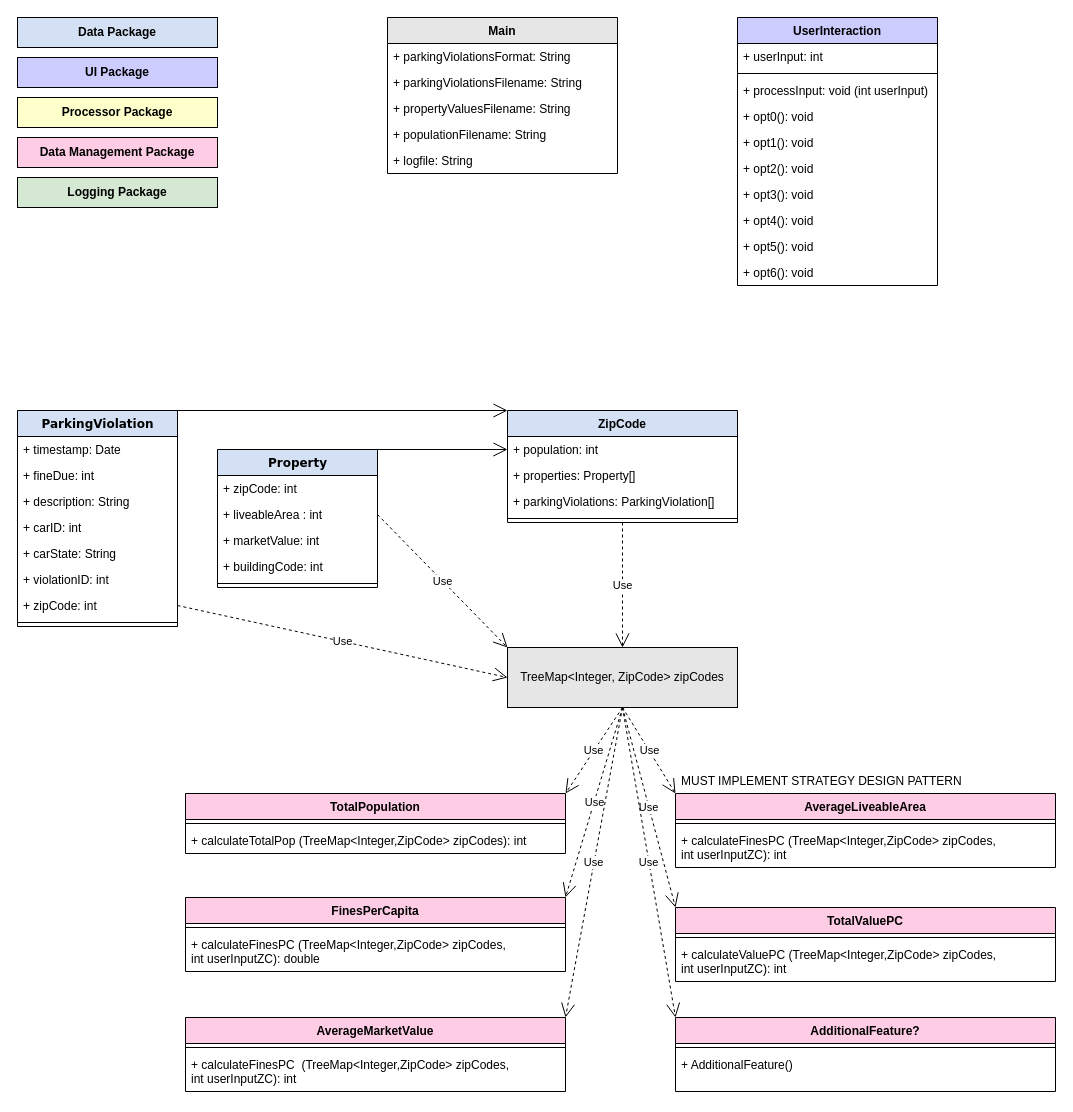
The draw.io diagram Untitled Diagram.drawio in federicca/594_groupproject, before the edit. Source tidied: cells renumbered, new cells numbered last; positions are measured from the earlier drawing's top-left corner, leaving out a move shared by most shapes. Both pictures are drawn from the tidied source at 100%, with x=0, y=0 at pixel (17, 17).
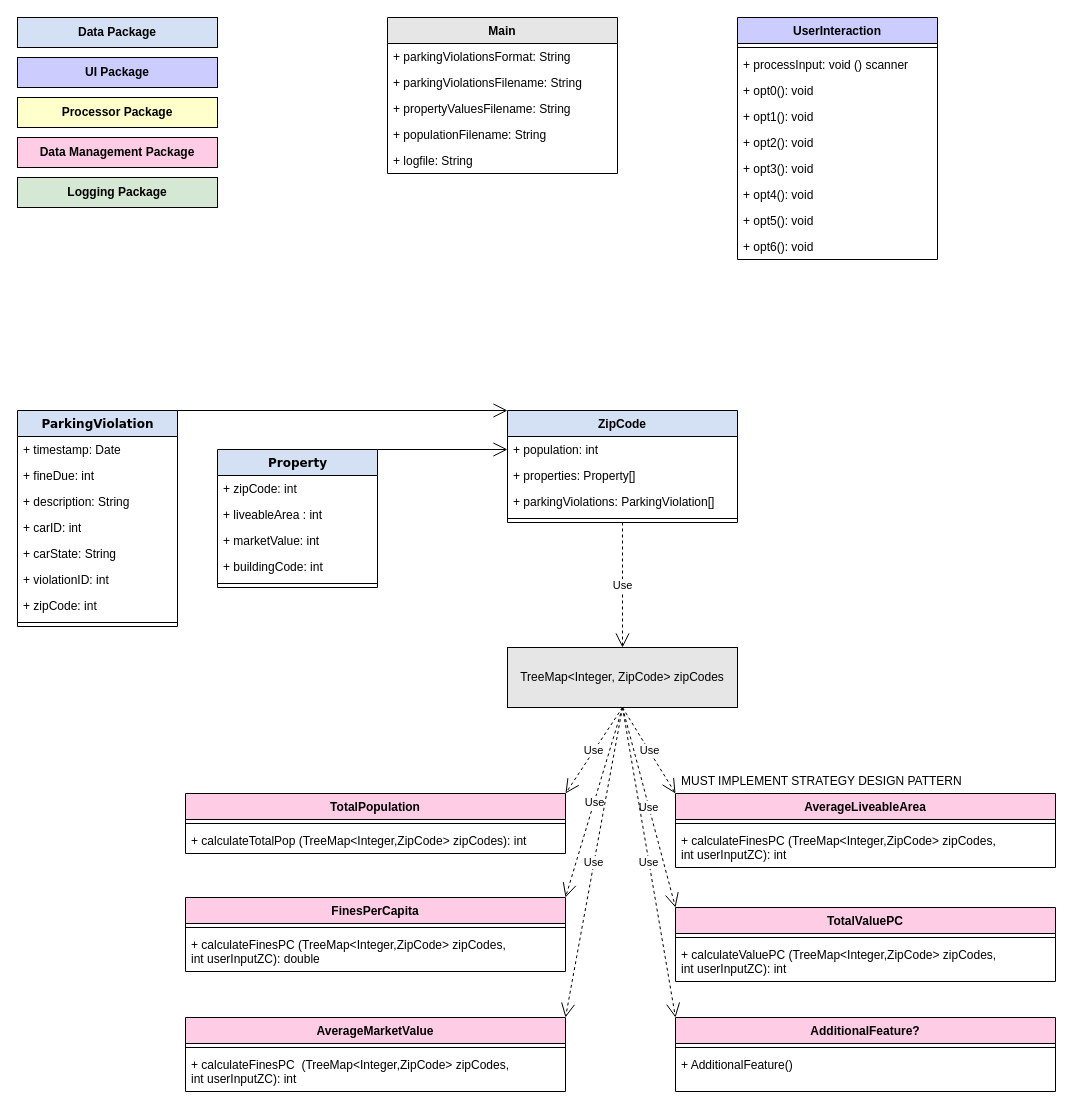
The same page after the edit.

Unchanged cells that the change refers to:
```xml
<mxCell id="2" value="TreeMap&amp;lt;Integer, ZipCode&amp;gt; zipCodes" style="whiteSpace=wrap;html=1;fillColor=#E6E6E6;" parent="1" vertex="1">
  <mxGeometry x="490" y="630" width="230" height="60" as="geometry" />
</mxCell>
<mxCell id="18" value="+ zipCode: int" style="text;html=1;strokeColor=none;fillColor=none;align=left;verticalAlign=top;spacingLeft=4;spacingRight=4;whiteSpace=wrap;overflow=hidden;points=[[0,0.5],[1,0.5]];portConstraint=eastwest;" parent="11" vertex="1">
  <mxGeometry y="182" width="160" height="26" as="geometry" />
</mxCell>
<mxCell id="27" value="+ liveableArea : int" style="text;html=1;strokeColor=none;fillColor=none;align=left;verticalAlign=top;spacingLeft=4;spacingRight=4;whiteSpace=wrap;overflow=hidden;points=[[0,0.5],[1,0.5]];portConstraint=eastwest;" parent="25" vertex="1">
  <mxGeometry y="52" width="160" height="26" as="geometry" />
</mxCell>
```

Change to the diagram source:
```diff
@@
-    <mxCell id="3" value="Use" style="endArrow=open;endSize=12;dashed=1;html=1;exitX=1;exitY=0.5;exitDx=0;exitDy=0;entryX=0;entryY=0;entryDx=0;entryDy=0;" parent="1" edge="1" source="27" target="2">
-      <mxGeometry relative="1" as="geometry" />
-    </mxCell>
-    <mxCell id="4" value="Use" style="endArrow=open;endSize=12;dashed=1;html=1;exitX=1;exitY=0.5;exitDx=0;exitDy=0;entryX=0;entryY=0.5;entryDx=0;entryDy=0;" parent="1" edge="1" source="18" target="2">
-      <mxGeometry relative="1" as="geometry" />
-    </mxCell>
@@
     <mxCell id="64" value="UserInteraction" style="swimlane;fontStyle=1;align=center;verticalAlign=top;horizontal=1;startSize=26;fillColor=#CCCCFF;" parent="1" vertex="1">
-      <mxGeometry x="720" width="200" height="268" as="geometry" />
+      <mxGeometry x="720" width="200" height="242" as="geometry" />
     </mxCell>
-    <mxCell id="65" value="+ userInput: int" style="text;strokeColor=none;fillColor=none;align=left;verticalAlign=top;spacingLeft=4;spacingRight=4;overflow=hidden;" parent="64" vertex="1">
-      <mxGeometry y="26" width="200" height="26" as="geometry" />
-    </mxCell>
     <mxCell id="66" style="line;strokeWidth=1;fillColor=none;align=left;verticalAlign=middle;spacingTop=-1;spacingLeft=3;spacingRight=3;labelPosition=right;" parent="64" vertex="1">
-      <mxGeometry y="52" width="200" height="8" as="geometry" />
+      <mxGeometry y="26" width="200" height="8" as="geometry" />
     </mxCell>
-    <mxCell id="67" value="+ processInput: void (int userInput)" style="text;strokeColor=none;fillColor=none;align=left;verticalAlign=top;spacingLeft=4;spacingRight=4;overflow=hidden;" parent="64" vertex="1">
-      <mxGeometry y="60" width="200" height="26" as="geometry" />
+    <mxCell id="67" value="+ processInput: void () scanner" style="text;strokeColor=none;fillColor=none;align=left;verticalAlign=top;spacingLeft=4;spacingRight=4;overflow=hidden;" parent="64" vertex="1">
+      <mxGeometry y="34" width="200" height="26" as="geometry" />
     </mxCell>
     <mxCell id="68" value="+ opt0(): void" style="text;strokeColor=none;fillColor=none;align=left;verticalAlign=top;spacingLeft=4;spacingRight=4;overflow=hidden;" parent="64" vertex="1">
-      <mxGeometry y="86" width="200" height="26" as="geometry" />
+      <mxGeometry y="60" width="200" height="26" as="geometry" />
     </mxCell>
     <mxCell id="69" value="+ opt1(): void" style="text;strokeColor=none;fillColor=none;align=left;verticalAlign=top;spacingLeft=4;spacingRight=4;overflow=hidden;" parent="64" vertex="1">
-      <mxGeometry y="112" width="200" height="26" as="geometry" />
+      <mxGeometry y="86" width="200" height="26" as="geometry" />
     </mxCell>
     <mxCell id="70" value="+ opt2(): void" style="text;strokeColor=none;fillColor=none;align=left;verticalAlign=top;spacingLeft=4;spacingRight=4;overflow=hidden;" parent="64" vertex="1">
-      <mxGeometry y="138" width="200" height="26" as="geometry" />
+      <mxGeometry y="112" width="200" height="26" as="geometry" />
     </mxCell>
     <mxCell id="71" value="+ opt3(): void" style="text;strokeColor=none;fillColor=none;align=left;verticalAlign=top;spacingLeft=4;spacingRight=4;overflow=hidden;" parent="64" vertex="1">
-      <mxGeometry y="164" width="200" height="26" as="geometry" />
+      <mxGeometry y="138" width="200" height="26" as="geometry" />
     </mxCell>
     <mxCell id="72" value="+ opt4(): void" style="text;strokeColor=none;fillColor=none;align=left;verticalAlign=top;spacingLeft=4;spacingRight=4;overflow=hidden;" parent="64" vertex="1">
-      <mxGeometry y="190" width="200" height="26" as="geometry" />
+      <mxGeometry y="164" width="200" height="26" as="geometry" />
     </mxCell>
     <mxCell id="73" value="+ opt5(): void" style="text;strokeColor=none;fillColor=none;align=left;verticalAlign=top;spacingLeft=4;spacingRight=4;overflow=hidden;" parent="64" vertex="1">
-      <mxGeometry y="216" width="200" height="26" as="geometry" />
+      <mxGeometry y="190" width="200" height="26" as="geometry" />
     </mxCell>
     <mxCell id="74" value="+ opt6(): void" style="text;strokeColor=none;fillColor=none;align=left;verticalAlign=top;spacingLeft=4;spacingRight=4;overflow=hidden;" parent="64" vertex="1">
-      <mxGeometry y="242" width="200" height="26" as="geometry" />
+      <mxGeometry y="216" width="200" height="26" as="geometry" />
     </mxCell>
```
